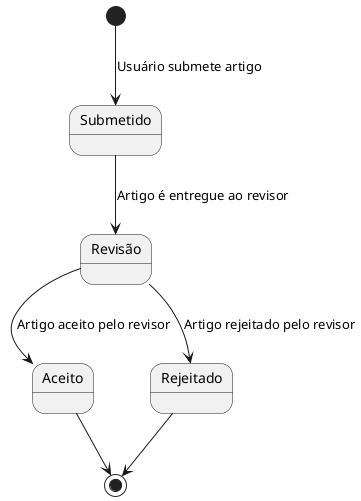
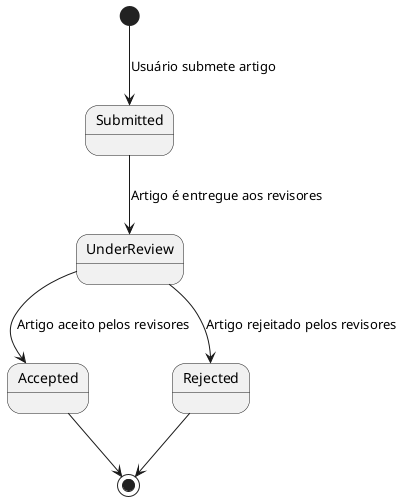
@startuml states

-   [*] --> Submetido : Usuário submete artigo
-   Submetido --> Revisão : Artigo é entregue ao revisor
-   Revisão --> Aceito : Artigo aceito pelo revisor
-   Revisão --> Rejeitado : Artigo rejeitado pelo revisor
+   [*] --> Submitted : Usuário submete artigo
+   Submitted --> UnderReview : Artigo é entregue aos revisores
+   UnderReview --> Accepted : Artigo aceito pelos revisores
+   UnderReview --> Rejected : Artigo rejeitado pelos revisores

-   Aceito --> [*]
-   Rejeitado --> [*]
+   Accepted --> [*]
+   Rejected --> [*]

@enduml